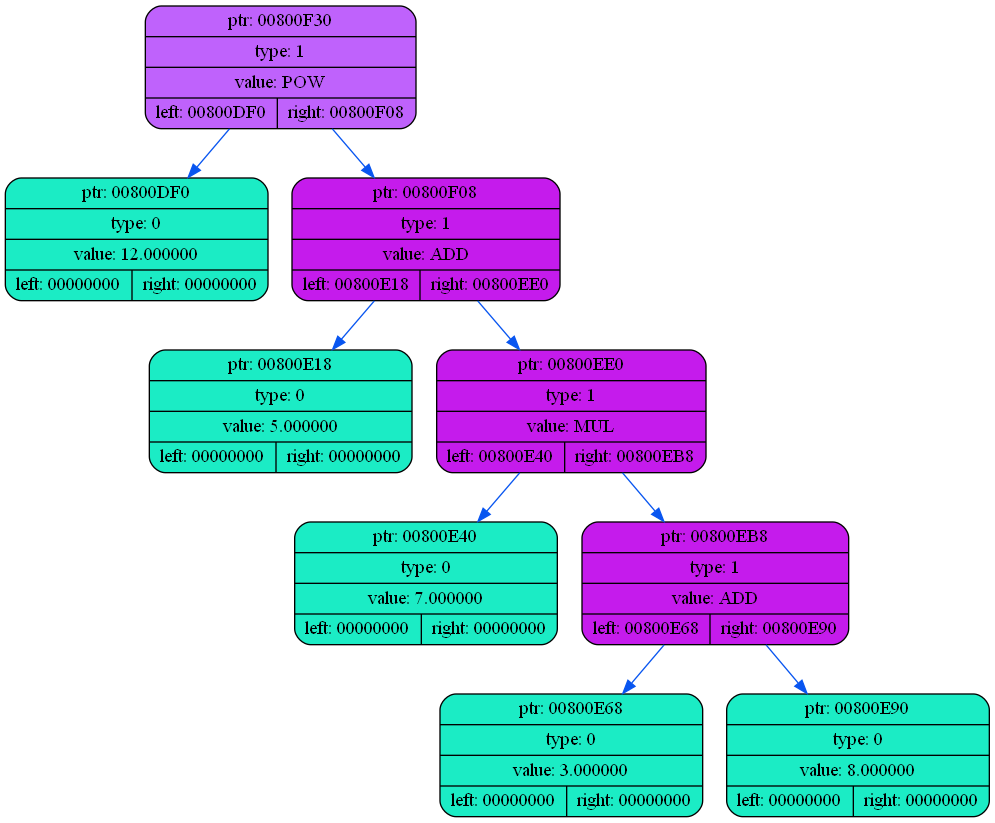
coffee8cat/differentiator keeps this Graphviz diagram as dump/dump1.png. Above is the earlier version. Its source is kept beside it as dump/dump1.dot.
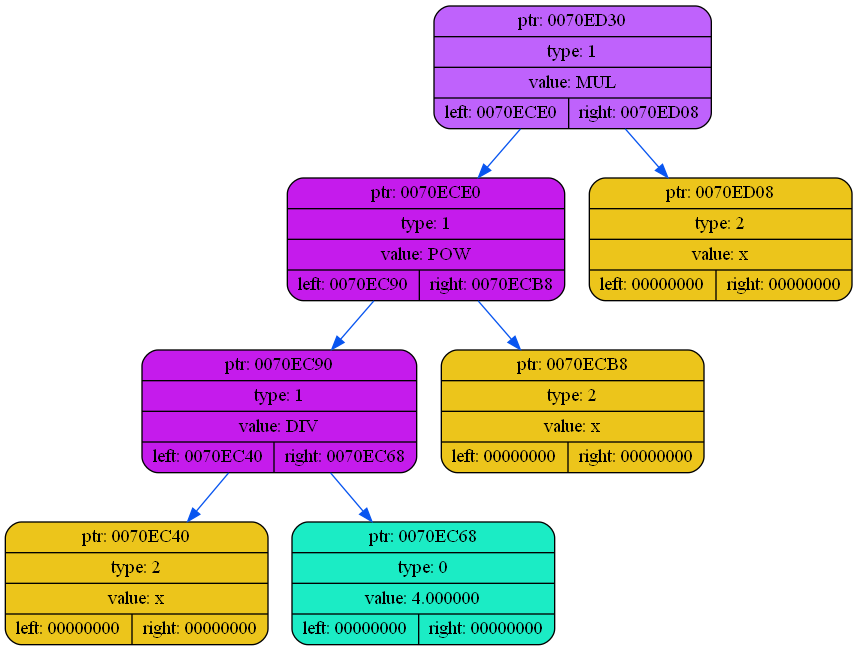
After the change.

The edit, as a diff of the source:
```diff
@@ -2,21 +2,17 @@
 {
     rankdir=TP
 
-        node00800F30[shape=record,style="rounded,filled",fillcolor="#BF62FC",label="{ ptr: 00800F30 | type: 1 | value: POW| { left: 00800DF0 | right: 00800F08 }}"];
-    node00800F30 -> node00800DF0[color="#0855F0"]
-    node00800DF0[shape=record,style="rounded,filled",fillcolor="#1BECC5",label="{ ptr: 00800DF0 | type: 0 | value: 12.000000| { left: 00000000 | right: 00000000 }}"];
-    node00800F30 -> node00800F08[color="#0855F0"]
-    node00800F08[shape=record,style="rounded,filled",fillcolor="#C51BEC",label="{ ptr: 00800F08 | type: 1 | value: ADD| { left: 00800E18 | right: 00800EE0 }}"];
-    node00800F08 -> node00800E18[color="#0855F0"]
-    node00800E18[shape=record,style="rounded,filled",fillcolor="#1BECC5",label="{ ptr: 00800E18 | type: 0 | value: 5.000000| { left: 00000000 | right: 00000000 }}"];
-    node00800F08 -> node00800EE0[color="#0855F0"]
-    node00800EE0[shape=record,style="rounded,filled",fillcolor="#C51BEC",label="{ ptr: 00800EE0 | type: 1 | value: MUL| { left: 00800E40 | right: 00800EB8 }}"];
-    node00800EE0 -> node00800E40[color="#0855F0"]
-    node00800E40[shape=record,style="rounded,filled",fillcolor="#1BECC5",label="{ ptr: 00800E40 | type: 0 | value: 7.000000| { left: 00000000 | right: 00000000 }}"];
-    node00800EE0 -> node00800EB8[color="#0855F0"]
-    node00800EB8[shape=record,style="rounded,filled",fillcolor="#C51BEC",label="{ ptr: 00800EB8 | type: 1 | value: ADD| { left: 00800E68 | right: 00800E90 }}"];
-    node00800EB8 -> node00800E68[color="#0855F0"]
-    node00800E68[shape=record,style="rounded,filled",fillcolor="#1BECC5",label="{ ptr: 00800E68 | type: 0 | value: 3.000000| { left: 00000000 | right: 00000000 }}"];
-    node00800EB8 -> node00800E90[color="#0855F0"]
-    node00800E90[shape=record,style="rounded,filled",fillcolor="#1BECC5",label="{ ptr: 00800E90 | type: 0 | value: 8.000000| { left: 00000000 | right: 00000000 }}"];
+        node0070ED30[shape=record,style="rounded,filled",fillcolor="#BF62FC",label="{ ptr: 0070ED30 | type: 1 | value: MUL| { left: 0070ECE0 | right: 0070ED08 }}"];
+    node0070ED30 -> node0070ECE0[color="#0855F0"]
+    node0070ECE0[shape=record,style="rounded,filled",fillcolor="#C51BEC",label="{ ptr: 0070ECE0 | type: 1 | value: POW| { left: 0070EC90 | right: 0070ECB8 }}"];
+    node0070ECE0 -> node0070EC90[color="#0855F0"]
+    node0070EC90[shape=record,style="rounded,filled",fillcolor="#C51BEC",label="{ ptr: 0070EC90 | type: 1 | value: DIV| { left: 0070EC40 | right: 0070EC68 }}"];
+    node0070EC90 -> node0070EC40[color="#0855F0"]
+    node0070EC40[shape=record,style="rounded,filled",fillcolor="#ECC51B",label="{ ptr: 0070EC40 | type: 2 | value: x| { left: 00000000 | right: 00000000 }}"];
+    node0070EC90 -> node0070EC68[color="#0855F0"]
+    node0070EC68[shape=record,style="rounded,filled",fillcolor="#1BECC5",label="{ ptr: 0070EC68 | type: 0 | value: 4.000000| { left: 00000000 | right: 00000000 }}"];
+    node0070ECE0 -> node0070ECB8[color="#0855F0"]
+    node0070ECB8[shape=record,style="rounded,filled",fillcolor="#ECC51B",label="{ ptr: 0070ECB8 | type: 2 | value: x| { left: 00000000 | right: 00000000 }}"];
+    node0070ED30 -> node0070ED08[color="#0855F0"]
+    node0070ED08[shape=record,style="rounded,filled",fillcolor="#ECC51B",label="{ ptr: 0070ED08 | type: 2 | value: x| { left: 00000000 | right: 00000000 }}"];
 }
```
